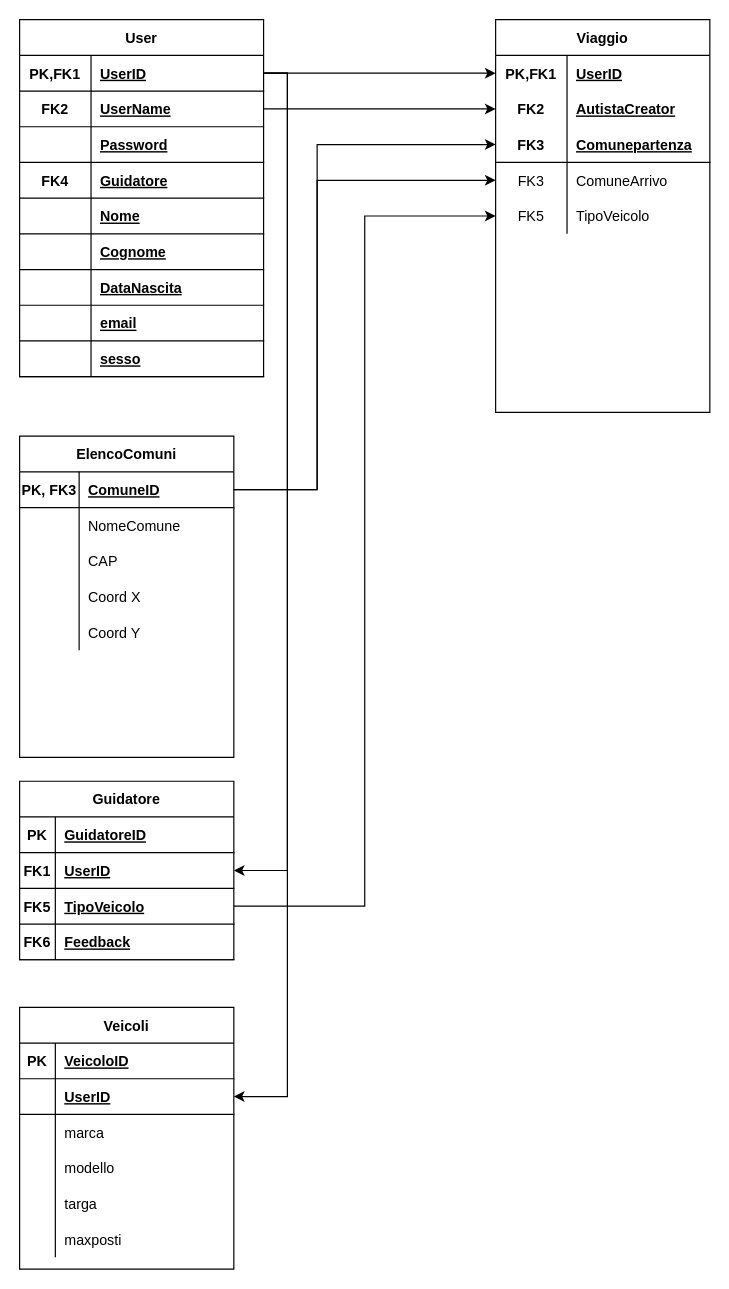
Pricesswg/Diagrammi keeps this draw.io diagram as TEST E PROVE/blablacar.drawio. Above is the earlier version. Source tidied: cells renumbered, new cells numbered last; positions are measured from the earlier drawing's top-left corner, leaving out a move shared by most shapes. Both pictures are drawn from the tidied source at 119%, with x=0, y=0 at pixel (19, 19).
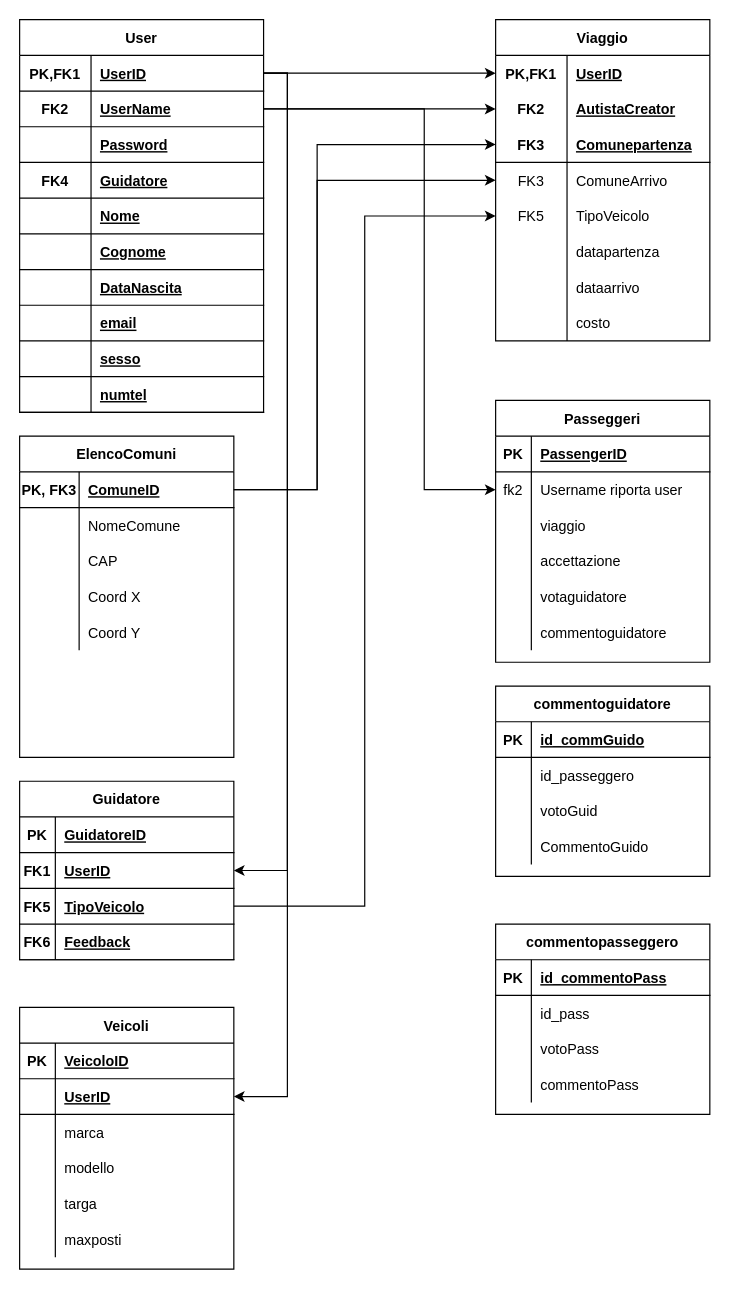
The same page after the edit.

The change refers to these unchanged cells:
```xml
<mxCell id="6" style="shape=partialRectangle;fillColor=none;top=0;left=0;bottom=1;right=0;points=[[0,0.5],[1,0.5]];portConstraint=eastwest;" parent="2" vertex="1">
  <mxGeometry y="60" width="205" height="30" as="geometry" />
</mxCell>
```

Diff of the diagram source:
```diff
@@
     <mxCell id="2" value="User" style="shape=table;startSize=30;childLayout=tableLayout;rowLines=0;fontStyle=1;align=center;" parent="1" vertex="1">
-      <mxGeometry width="205" height="300" as="geometry" />
+      <mxGeometry width="205" height="330" as="geometry" />
     </mxCell>
@@
+    <mxCell id="101" style="shape=partialRectangle;fillColor=none;top=0;left=0;bottom=1;right=0;" parent="2" vertex="1">
+      <mxGeometry y="300" width="205" height="30" as="geometry" />
+    </mxCell>
+    <mxCell id="102" style="shape=partialRectangle;fillColor=none;top=0;left=0;bottom=0;right=0;fontStyle=1;overflow=hidden;" parent="101" vertex="1">
+      <mxGeometry width="60" height="30" as="geometry" />
+    </mxCell>
+    <mxCell id="103" value="numtel" style="shape=partialRectangle;fillColor=none;top=0;left=0;bottom=0;right=0;align=left;spacingLeft=6;fontStyle=5;overflow=hidden;" parent="101" vertex="1">
+      <mxGeometry x="60" width="145" height="30" as="geometry" />
+    </mxCell>
@@
     <mxCell id="46" value="Viaggio" style="shape=table;startSize=30;childLayout=tableLayout;rowLines=0;fontStyle=1;align=center;" parent="1" vertex="1">
-      <mxGeometry x="400" width="180" height="330" as="geometry" />
+      <mxGeometry x="400" width="180" height="270" as="geometry" />
     </mxCell>
@@
+    <mxCell id="104" style="shape=partialRectangle;fillColor=none;top=0;left=0;bottom=0;right=0;" parent="46" vertex="1">
+      <mxGeometry y="180" width="180" height="30" as="geometry" />
+    </mxCell>
+    <mxCell id="105" style="shape=partialRectangle;fillColor=none;top=0;left=0;bottom=0;right=0;overflow=hidden;" parent="104" vertex="1">
+      <mxGeometry width="60" height="30" as="geometry" />
+    </mxCell>
+    <mxCell id="106" value="datapartenza" style="shape=partialRectangle;fillColor=none;top=0;left=0;bottom=0;right=0;align=left;spacingLeft=6;overflow=hidden;" parent="104" vertex="1">
+      <mxGeometry x="60" width="120" height="30" as="geometry" />
+    </mxCell>
+    <mxCell id="107" style="shape=partialRectangle;fillColor=none;top=0;left=0;bottom=0;right=0;" parent="46" vertex="1">
+      <mxGeometry y="210" width="180" height="30" as="geometry" />
+    </mxCell>
+    <mxCell id="108" style="shape=partialRectangle;fillColor=none;top=0;left=0;bottom=0;right=0;overflow=hidden;" parent="107" vertex="1">
+      <mxGeometry width="60" height="30" as="geometry" />
+    </mxCell>
+    <mxCell id="109" value="dataarrivo" style="shape=partialRectangle;fillColor=none;top=0;left=0;bottom=0;right=0;align=left;spacingLeft=6;overflow=hidden;" parent="107" vertex="1">
+      <mxGeometry x="60" width="120" height="30" as="geometry" />
+    </mxCell>
+    <mxCell id="110" style="shape=partialRectangle;fillColor=none;top=0;left=0;bottom=0;right=0;" parent="46" vertex="1">
+      <mxGeometry y="240" width="180" height="30" as="geometry" />
+    </mxCell>
+    <mxCell id="111" style="shape=partialRectangle;fillColor=none;top=0;left=0;bottom=0;right=0;overflow=hidden;" parent="110" vertex="1">
+      <mxGeometry width="60" height="30" as="geometry" />
+    </mxCell>
+    <mxCell id="112" value="costo" style="shape=partialRectangle;fillColor=none;top=0;left=0;bottom=0;right=0;align=left;spacingLeft=6;overflow=hidden;" parent="110" vertex="1">
+      <mxGeometry x="60" width="120" height="30" as="geometry" />
+    </mxCell>
@@
+    <mxCell id="113" value="Passeggeri" style="shape=table;startSize=30;childLayout=tableLayout;rowLines=0;fontStyle=1;align=center;fillColor=none;" parent="1" vertex="1">
+      <mxGeometry x="400" y="320" width="180" height="220" as="geometry" />
+    </mxCell>
+    <mxCell id="114" style="shape=partialRectangle;fillColor=none;top=0;left=0;bottom=1;right=0;" parent="113" vertex="1">
+      <mxGeometry y="30" width="180" height="30" as="geometry" />
+    </mxCell>
+    <mxCell id="115" value="PK" style="shape=partialRectangle;fillColor=none;top=0;left=0;bottom=0;right=0;fontStyle=1;overflow=hidden;" parent="114" vertex="1">
+      <mxGeometry width="30" height="30" as="geometry" />
+    </mxCell>
+    <mxCell id="116" value="PassengerID" style="shape=partialRectangle;fillColor=none;top=0;left=0;bottom=0;right=0;align=left;spacingLeft=6;fontStyle=5;overflow=hidden;" parent="114" vertex="1">
+      <mxGeometry x="30" width="150" height="30" as="geometry" />
+    </mxCell>
+    <mxCell id="117" style="shape=partialRectangle;fillColor=none;top=0;left=0;bottom=0;right=0;points=[[0,0.5],[1,0.5]];portConstraint=eastwest;" parent="113" vertex="1">
+      <mxGeometry y="60" width="180" height="30" as="geometry" />
+    </mxCell>
+    <mxCell id="118" value="fk2" style="shape=partialRectangle;fillColor=none;top=0;left=0;bottom=0;right=0;overflow=hidden;" parent="117" vertex="1">
+      <mxGeometry width="30" height="30" as="geometry" />
+    </mxCell>
+    <mxCell id="119" value="Username riporta user" style="shape=partialRectangle;fillColor=none;top=0;left=0;bottom=0;right=0;align=left;spacingLeft=6;overflow=hidden;" parent="117" vertex="1">
+      <mxGeometry x="30" width="150" height="30" as="geometry" />
+    </mxCell>
+    <mxCell id="120" style="shape=partialRectangle;fillColor=none;top=0;left=0;bottom=0;right=0;" parent="113" vertex="1">
+      <mxGeometry y="90" width="180" height="30" as="geometry" />
+    </mxCell>
+    <mxCell id="121" style="shape=partialRectangle;fillColor=none;top=0;left=0;bottom=0;right=0;overflow=hidden;" parent="120" vertex="1">
+      <mxGeometry width="30" height="30" as="geometry" />
+    </mxCell>
+    <mxCell id="122" value="viaggio" style="shape=partialRectangle;fillColor=none;top=0;left=0;bottom=0;right=0;align=left;spacingLeft=6;overflow=hidden;" parent="120" vertex="1">
+      <mxGeometry x="30" width="150" height="30" as="geometry" />
+    </mxCell>
+    <mxCell id="123" style="shape=partialRectangle;fillColor=none;top=0;left=0;bottom=0;right=0;" parent="113" vertex="1">
+      <mxGeometry y="120" width="180" height="30" as="geometry" />
+    </mxCell>
+    <mxCell id="124" style="shape=partialRectangle;fillColor=none;top=0;left=0;bottom=0;right=0;overflow=hidden;" parent="123" vertex="1">
+      <mxGeometry width="30" height="30" as="geometry" />
+    </mxCell>
+    <mxCell id="125" value="accettazione" style="shape=partialRectangle;fillColor=none;top=0;left=0;bottom=0;right=0;align=left;spacingLeft=6;overflow=hidden;" parent="123" vertex="1">
+      <mxGeometry x="30" width="150" height="30" as="geometry" />
+    </mxCell>
+    <mxCell id="126" style="shape=partialRectangle;fillColor=none;top=0;left=0;bottom=0;right=0;" parent="113" vertex="1">
+      <mxGeometry y="150" width="180" height="30" as="geometry" />
+    </mxCell>
+    <mxCell id="127" style="shape=partialRectangle;fillColor=none;top=0;left=0;bottom=0;right=0;overflow=hidden;" parent="126" vertex="1">
+      <mxGeometry width="30" height="30" as="geometry" />
+    </mxCell>
+    <mxCell id="128" value="votaguidatore" style="shape=partialRectangle;fillColor=none;top=0;left=0;bottom=0;right=0;align=left;spacingLeft=6;overflow=hidden;" parent="126" vertex="1">
+      <mxGeometry x="30" width="150" height="30" as="geometry" />
+    </mxCell>
+    <mxCell id="129" style="shape=partialRectangle;fillColor=none;top=0;left=0;bottom=0;right=0;" parent="113" vertex="1">
+      <mxGeometry y="180" width="180" height="30" as="geometry" />
+    </mxCell>
+    <mxCell id="130" style="shape=partialRectangle;fillColor=none;top=0;left=0;bottom=0;right=0;overflow=hidden;" parent="129" vertex="1">
+      <mxGeometry width="30" height="30" as="geometry" />
+    </mxCell>
+    <mxCell id="131" value="commentoguidatore" style="shape=partialRectangle;fillColor=none;top=0;left=0;bottom=0;right=0;align=left;spacingLeft=6;overflow=hidden;" parent="129" vertex="1">
+      <mxGeometry x="30" width="150" height="30" as="geometry" />
+    </mxCell>
+    <mxCell id="132" style="edgeStyle=orthogonalEdgeStyle;rounded=0;jettySize=auto;html=1;exitX=1;exitY=0.5;exitDx=0;exitDy=0;entryX=0;entryY=0.5;entryDx=0;entryDy=0;" parent="1" edge="1" source="6" target="117">
+      <mxGeometry relative="1" as="geometry">
+        <Array as="points">
+          <mxPoint x="340" y="75" />
+          <mxPoint x="340" y="395" />
+        </Array>
+      </mxGeometry>
+    </mxCell>
+    <mxCell id="133" value="commentoguidatore" style="shape=table;startSize=30;childLayout=tableLayout;rowLines=0;fontStyle=1;align=center;fillColor=none;" parent="1" vertex="1">
+      <mxGeometry x="400" y="560" width="180" height="160" as="geometry" />
+    </mxCell>
+    <mxCell id="134" style="shape=partialRectangle;fillColor=none;top=0;left=0;bottom=1;right=0;" parent="133" vertex="1">
+      <mxGeometry y="30" width="180" height="30" as="geometry" />
+    </mxCell>
+    <mxCell id="135" value="PK" style="shape=partialRectangle;fillColor=none;top=0;left=0;bottom=0;right=0;fontStyle=1;overflow=hidden;" parent="134" vertex="1">
+      <mxGeometry width="30" height="30" as="geometry" />
+    </mxCell>
+    <mxCell id="136" value="id_commGuido" style="shape=partialRectangle;fillColor=none;top=0;left=0;bottom=0;right=0;align=left;spacingLeft=6;fontStyle=5;overflow=hidden;" parent="134" vertex="1">
+      <mxGeometry x="30" width="150" height="30" as="geometry" />
+    </mxCell>
+    <mxCell id="137" style="shape=partialRectangle;fillColor=none;top=0;left=0;bottom=0;right=0;" parent="133" vertex="1">
+      <mxGeometry y="60" width="180" height="30" as="geometry" />
+    </mxCell>
+    <mxCell id="138" style="shape=partialRectangle;fillColor=none;top=0;left=0;bottom=0;right=0;overflow=hidden;" parent="137" vertex="1">
+      <mxGeometry width="30" height="30" as="geometry" />
+    </mxCell>
+    <mxCell id="139" value="id_passeggero" style="shape=partialRectangle;fillColor=none;top=0;left=0;bottom=0;right=0;align=left;spacingLeft=6;overflow=hidden;" parent="137" vertex="1">
+      <mxGeometry x="30" width="150" height="30" as="geometry" />
+    </mxCell>
+    <mxCell id="140" style="shape=partialRectangle;fillColor=none;top=0;left=0;bottom=0;right=0;" parent="133" vertex="1">
+      <mxGeometry y="90" width="180" height="30" as="geometry" />
+    </mxCell>
+    <mxCell id="141" style="shape=partialRectangle;fillColor=none;top=0;left=0;bottom=0;right=0;overflow=hidden;" parent="140" vertex="1">
+      <mxGeometry width="30" height="30" as="geometry" />
+    </mxCell>
+    <mxCell id="142" value="votoGuid" style="shape=partialRectangle;fillColor=none;top=0;left=0;bottom=0;right=0;align=left;spacingLeft=6;overflow=hidden;" parent="140" vertex="1">
+      <mxGeometry x="30" width="150" height="30" as="geometry" />
+    </mxCell>
+    <mxCell id="143" style="shape=partialRectangle;fillColor=none;top=0;left=0;bottom=0;right=0;" parent="133" vertex="1">
+      <mxGeometry y="120" width="180" height="30" as="geometry" />
+    </mxCell>
+    <mxCell id="144" style="shape=partialRectangle;fillColor=none;top=0;left=0;bottom=0;right=0;overflow=hidden;" parent="143" vertex="1">
+      <mxGeometry width="30" height="30" as="geometry" />
+    </mxCell>
+    <mxCell id="145" value="CommentoGuido" style="shape=partialRectangle;fillColor=none;top=0;left=0;bottom=0;right=0;align=left;spacingLeft=6;overflow=hidden;" parent="143" vertex="1">
+      <mxGeometry x="30" width="150" height="30" as="geometry" />
+    </mxCell>
+    <mxCell id="146" value="commentopasseggero" style="shape=table;startSize=30;childLayout=tableLayout;rowLines=0;fontStyle=1;align=center;fillColor=none;" parent="1" vertex="1">
+      <mxGeometry x="400" y="760" width="180" height="160" as="geometry" />
+    </mxCell>
+    <mxCell id="147" style="shape=partialRectangle;fillColor=none;top=0;left=0;bottom=1;right=0;" parent="146" vertex="1">
+      <mxGeometry y="30" width="180" height="30" as="geometry" />
+    </mxCell>
+    <mxCell id="148" value="PK" style="shape=partialRectangle;fillColor=none;top=0;left=0;bottom=0;right=0;fontStyle=1;overflow=hidden;" parent="147" vertex="1">
+      <mxGeometry width="30" height="30" as="geometry" />
+    </mxCell>
+    <mxCell id="149" value="id_commentoPass" style="shape=partialRectangle;fillColor=none;top=0;left=0;bottom=0;right=0;align=left;spacingLeft=6;fontStyle=5;overflow=hidden;" parent="147" vertex="1">
+      <mxGeometry x="30" width="150" height="30" as="geometry" />
+    </mxCell>
+    <mxCell id="150" style="shape=partialRectangle;fillColor=none;top=0;left=0;bottom=0;right=0;" parent="146" vertex="1">
+      <mxGeometry y="60" width="180" height="30" as="geometry" />
+    </mxCell>
+    <mxCell id="151" style="shape=partialRectangle;fillColor=none;top=0;left=0;bottom=0;right=0;overflow=hidden;" parent="150" vertex="1">
+      <mxGeometry width="30" height="30" as="geometry" />
+    </mxCell>
+    <mxCell id="152" value="id_pass" style="shape=partialRectangle;fillColor=none;top=0;left=0;bottom=0;right=0;align=left;spacingLeft=6;overflow=hidden;" parent="150" vertex="1">
+      <mxGeometry x="30" width="150" height="30" as="geometry" />
+    </mxCell>
+    <mxCell id="153" style="shape=partialRectangle;fillColor=none;top=0;left=0;bottom=0;right=0;" parent="146" vertex="1">
+      <mxGeometry y="90" width="180" height="30" as="geometry" />
+    </mxCell>
+    <mxCell id="154" style="shape=partialRectangle;fillColor=none;top=0;left=0;bottom=0;right=0;overflow=hidden;" parent="153" vertex="1">
+      <mxGeometry width="30" height="30" as="geometry" />
+    </mxCell>
+    <mxCell id="155" value="votoPass" style="shape=partialRectangle;fillColor=none;top=0;left=0;bottom=0;right=0;align=left;spacingLeft=6;overflow=hidden;" parent="153" vertex="1">
+      <mxGeometry x="30" width="150" height="30" as="geometry" />
+    </mxCell>
+    <mxCell id="156" style="shape=partialRectangle;fillColor=none;top=0;left=0;bottom=0;right=0;" parent="146" vertex="1">
+      <mxGeometry y="120" width="180" height="30" as="geometry" />
+    </mxCell>
+    <mxCell id="157" style="shape=partialRectangle;fillColor=none;top=0;left=0;bottom=0;right=0;overflow=hidden;" parent="156" vertex="1">
+      <mxGeometry width="30" height="30" as="geometry" />
+    </mxCell>
+    <mxCell id="158" value="commentoPass" style="shape=partialRectangle;fillColor=none;top=0;left=0;bottom=0;right=0;align=left;spacingLeft=6;overflow=hidden;" parent="156" vertex="1">
+      <mxGeometry x="30" width="150" height="30" as="geometry" />
+    </mxCell>
```
